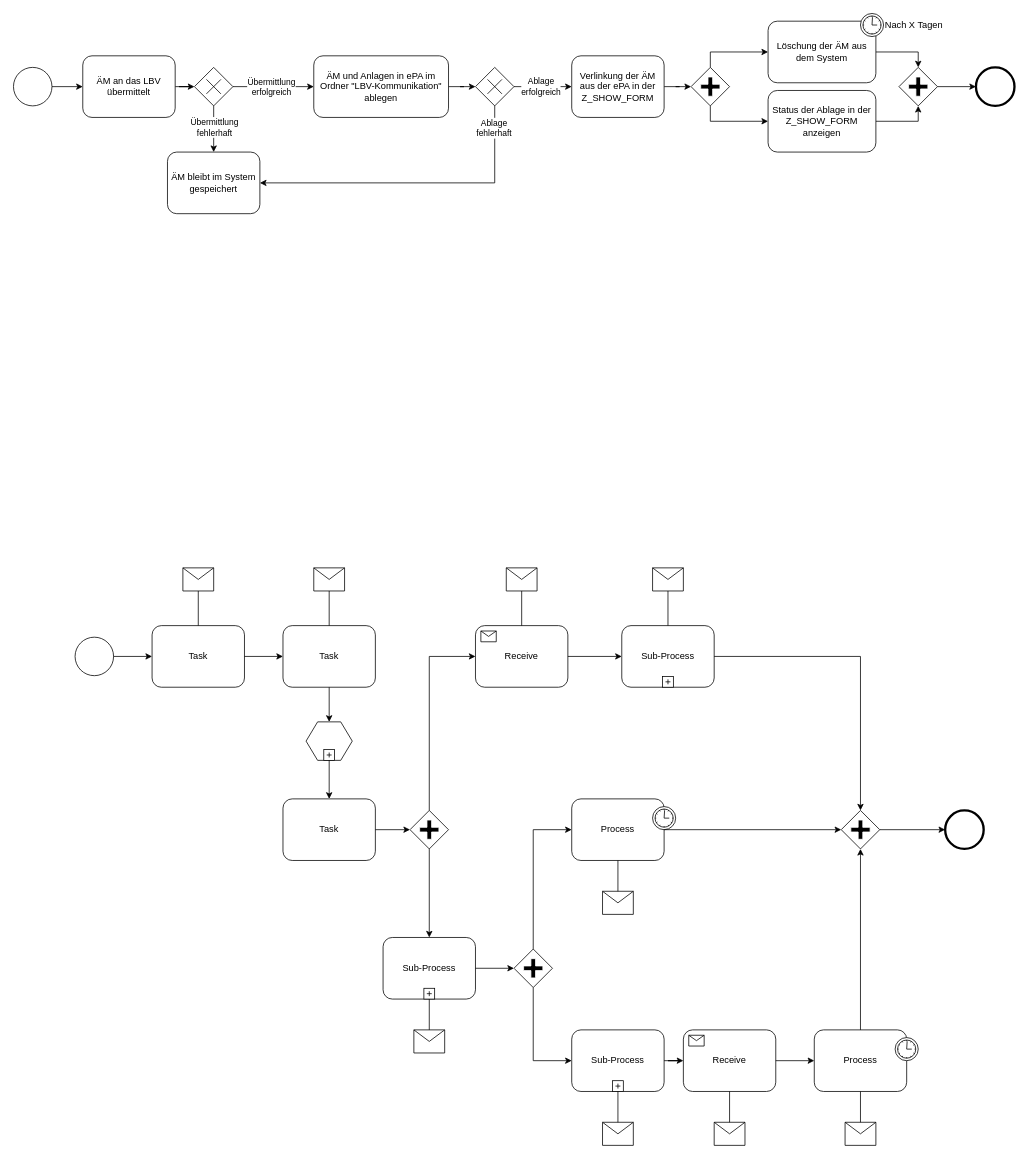
Above: ePA.drawio in Fa8io/Sequenzdiagramm (draw.io), before the change. Source tidied: cells renumbered, new cells numbered last; positions are measured from the earlier drawing's top-left corner, leaving out a move shared by most shapes. Both pictures are drawn from the tidied source at 77%, with x=0, y=0 at pixel (13, 13).
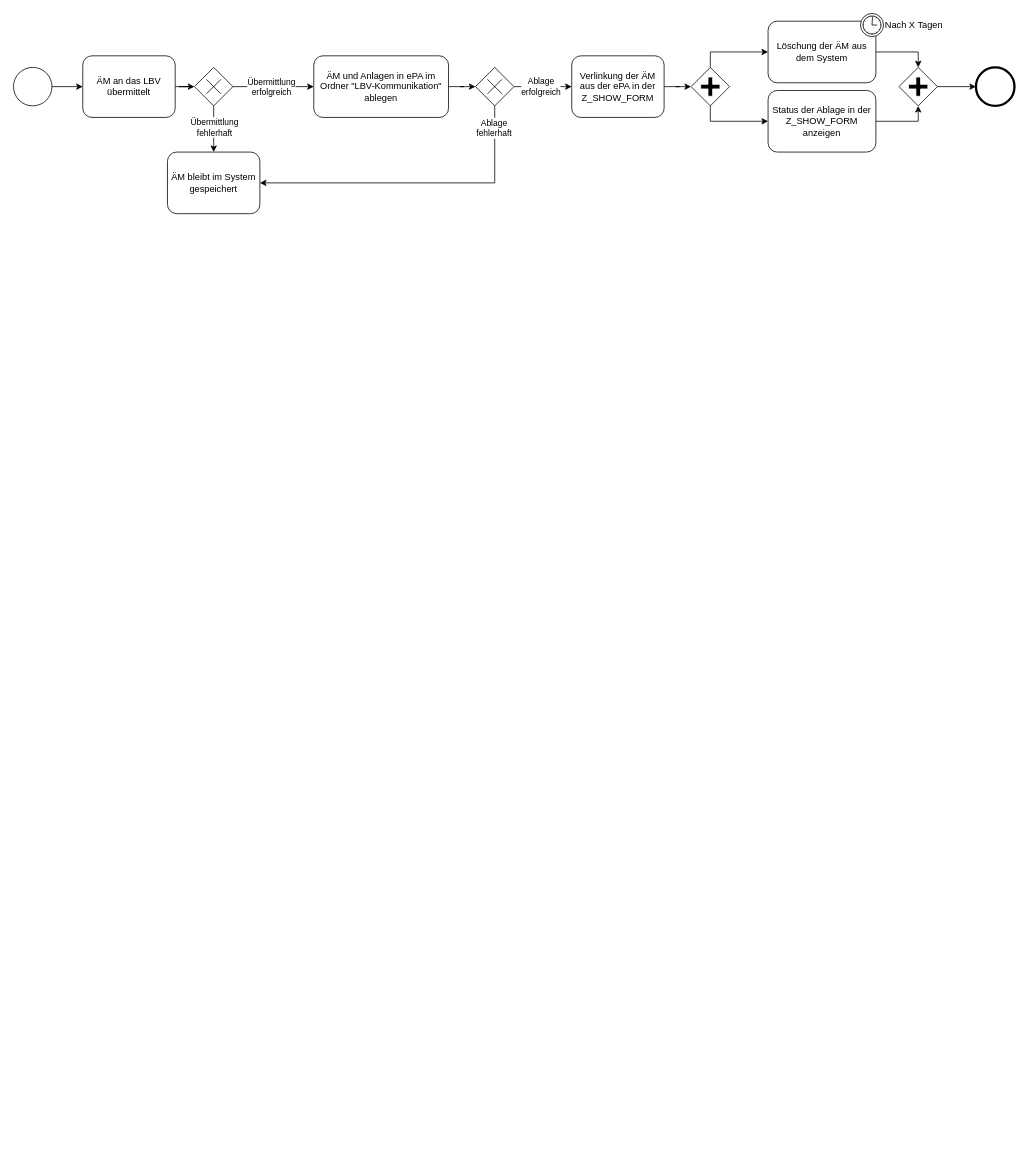
The same diagram, later.

The edit, as a diff of the source:
```diff
@@
-    <mxCell id="2" style="shape=mxgraph.bpmn.shape;html=1;verticalLabelPosition=bottom;labelBackgroundColor=#ffffff;verticalAlign=top;perimeter=ellipsePerimeter;outline=standard;symbol=general;" parent="1" vertex="1">
-      <mxGeometry x="80" y="810" width="50" height="50" as="geometry" />
-    </mxCell>
-    <mxCell id="3" value="Task" style="shape=ext;rounded=1;html=1;whiteSpace=wrap;" parent="1" vertex="1">
-      <mxGeometry x="180" y="795" width="120" height="80" as="geometry" />
-    </mxCell>
-    <mxCell id="4" value="Task" style="shape=ext;rounded=1;html=1;whiteSpace=wrap;" parent="1" vertex="1">
-      <mxGeometry x="350" y="795" width="120" height="80" as="geometry" />
-    </mxCell>
-    <mxCell id="5" style="shape=message;whiteSpace=wrap;html=1;" parent="1" vertex="1">
-      <mxGeometry x="220" y="720" width="40" height="30" as="geometry" />
-    </mxCell>
-    <mxCell id="6" style="shape=message;whiteSpace=wrap;html=1;" parent="1" vertex="1">
-      <mxGeometry x="390" y="720" width="40" height="30" as="geometry" />
-    </mxCell>
-    <mxCell id="7" style="shape=hexagon;whiteSpace=wrap;html=1;perimeter=hexagonPerimeter;" parent="1" vertex="1">
-      <mxGeometry x="380" y="920" width="60" height="50" as="geometry" />
-    </mxCell>
-    <mxCell id="8" style="html=1;shape=plus;" parent="7" vertex="1">
-      <mxGeometry x="0.5" y="1" width="14" height="14" relative="1" as="geometry">
-        <mxPoint x="-7" y="-14" as="offset" />
-      </mxGeometry>
-    </mxCell>
-    <mxCell id="9" value="Task" style="shape=ext;rounded=1;html=1;whiteSpace=wrap;" parent="1" vertex="1">
-      <mxGeometry x="350" y="1020" width="120" height="80" as="geometry" />
-    </mxCell>
-    <mxCell id="10" style="shape=mxgraph.bpmn.shape;html=1;verticalLabelPosition=bottom;labelBackgroundColor=#ffffff;verticalAlign=top;perimeter=rhombusPerimeter;background=gateway;outline=none;symbol=parallelGw;" parent="1" vertex="1">
-      <mxGeometry x="515" y="1035" width="50" height="50" as="geometry" />
-    </mxCell>
-    <mxCell id="11" value="Sub-Process" style="html=1;whiteSpace=wrap;rounded=1;" parent="1" vertex="1">
-      <mxGeometry x="790" y="795" width="120" height="80" as="geometry" />
-    </mxCell>
-    <mxCell id="12" style="html=1;shape=plus;" parent="11" vertex="1">
-      <mxGeometry x="0.5" y="1" width="14" height="14" relative="1" as="geometry">
-        <mxPoint x="-7" y="-14" as="offset" />
-      </mxGeometry>
-    </mxCell>
-    <mxCell id="13" value="Receive" style="html=1;whiteSpace=wrap;rounded=1;" parent="1" vertex="1">
-      <mxGeometry x="600" y="795" width="120" height="80" as="geometry" />
-    </mxCell>
-    <mxCell id="14" style="html=1;shape=message;" parent="13" vertex="1">
-      <mxGeometry width="20" height="14" relative="1" as="geometry">
-        <mxPoint x="7" y="7" as="offset" />
-      </mxGeometry>
-    </mxCell>
-    <mxCell id="15" value="Process" style="html=1;whiteSpace=wrap;rounded=1;" parent="1" vertex="1">
-      <mxGeometry x="725" y="1020" width="120" height="80" as="geometry" />
-    </mxCell>
-    <mxCell id="16" style="shape=mxgraph.bpmn.timer_start;perimeter=ellipsePerimeter;html=1;labelPosition=right;labelBackgroundColor=#ffffff;align=left;" parent="15" vertex="1">
-      <mxGeometry x="1" width="30" height="30" relative="1" as="geometry">
-        <mxPoint x="-15" y="10" as="offset" />
-      </mxGeometry>
-    </mxCell>
-    <mxCell id="17" value="Process" style="html=1;whiteSpace=wrap;rounded=1;" parent="1" vertex="1">
-      <mxGeometry x="1040" y="1320" width="120" height="80" as="geometry" />
-    </mxCell>
-    <mxCell id="18" style="shape=mxgraph.bpmn.timer_start;perimeter=ellipsePerimeter;html=1;labelPosition=right;labelBackgroundColor=#ffffff;align=left;" parent="17" vertex="1">
-      <mxGeometry x="1" width="30" height="30" relative="1" as="geometry">
-        <mxPoint x="-15" y="10" as="offset" />
-      </mxGeometry>
-    </mxCell>
-    <mxCell id="19" value="Receive" style="html=1;whiteSpace=wrap;rounded=1;" parent="1" vertex="1">
-      <mxGeometry x="870" y="1320" width="120" height="80" as="geometry" />
-    </mxCell>
-    <mxCell id="20" style="html=1;shape=message;" parent="19" vertex="1">
-      <mxGeometry width="20" height="14" relative="1" as="geometry">
-        <mxPoint x="7" y="7" as="offset" />
-      </mxGeometry>
-    </mxCell>
-    <mxCell id="21" value="Sub-Process" style="html=1;whiteSpace=wrap;rounded=1;" parent="1" vertex="1">
-      <mxGeometry x="725" y="1320" width="120" height="80" as="geometry" />
-    </mxCell>
-    <mxCell id="22" style="html=1;shape=plus;" parent="21" vertex="1">
-      <mxGeometry x="0.5" y="1" width="14" height="14" relative="1" as="geometry">
-        <mxPoint x="-7" y="-14" as="offset" />
-      </mxGeometry>
-    </mxCell>
-    <mxCell id="23" style="shape=mxgraph.bpmn.shape;html=1;verticalLabelPosition=bottom;labelBackgroundColor=#ffffff;verticalAlign=top;perimeter=rhombusPerimeter;background=gateway;outline=none;symbol=parallelGw;" parent="1" vertex="1">
-      <mxGeometry x="1075" y="1035" width="50" height="50" as="geometry" />
-    </mxCell>
-    <mxCell id="24" style="shape=mxgraph.bpmn.shape;html=1;verticalLabelPosition=bottom;labelBackgroundColor=#ffffff;verticalAlign=top;perimeter=ellipsePerimeter;outline=end;symbol=general;" parent="1" vertex="1">
-      <mxGeometry x="1210" y="1035" width="50" height="50" as="geometry" />
-    </mxCell>
-    <mxCell id="25" style="shape=message;whiteSpace=wrap;html=1;" parent="1" vertex="1">
-      <mxGeometry x="640" y="720" width="40" height="30" as="geometry" />
-    </mxCell>
-    <mxCell id="26" style="shape=message;whiteSpace=wrap;html=1;" parent="1" vertex="1">
-      <mxGeometry x="830" y="720" width="40" height="30" as="geometry" />
-    </mxCell>
-    <mxCell id="27" value="Sub-Process" style="html=1;whiteSpace=wrap;rounded=1;" parent="1" vertex="1">
-      <mxGeometry x="480" y="1200" width="120" height="80" as="geometry" />
-    </mxCell>
-    <mxCell id="28" style="html=1;shape=plus;" parent="27" vertex="1">
-      <mxGeometry x="0.5" y="1" width="14" height="14" relative="1" as="geometry">
-        <mxPoint x="-7" y="-14" as="offset" />
-      </mxGeometry>
-    </mxCell>
-    <mxCell id="29" style="shape=message;whiteSpace=wrap;html=1;" parent="1" vertex="1">
-      <mxGeometry x="520" y="1320" width="40" height="30" as="geometry" />
-    </mxCell>
-    <mxCell id="30" style="shape=message;whiteSpace=wrap;html=1;" parent="1" vertex="1">
-      <mxGeometry x="910" y="1440" width="40" height="30" as="geometry" />
-    </mxCell>
-    <mxCell id="31" style="shape=message;whiteSpace=wrap;html=1;" parent="1" vertex="1">
-      <mxGeometry x="1080" y="1440" width="40" height="30" as="geometry" />
-    </mxCell>
-    <mxCell id="32" style="shape=message;whiteSpace=wrap;html=1;" parent="1" vertex="1">
-      <mxGeometry x="765" y="1440" width="40" height="30" as="geometry" />
-    </mxCell>
-    <mxCell id="33" style="shape=message;whiteSpace=wrap;html=1;" parent="1" vertex="1">
-      <mxGeometry x="765" y="1140" width="40" height="30" as="geometry" />
-    </mxCell>
-    <mxCell id="34" style="edgeStyle=orthogonalEdgeStyle;rounded=0;html=1;jettySize=auto;" parent="1" edge="1" source="2" target="3">
-      <mxGeometry relative="1" as="geometry" />
-    </mxCell>
-    <mxCell id="35" style="edgeStyle=orthogonalEdgeStyle;rounded=0;html=1;jettySize=auto;endArrow=none;endFill=0;" parent="1" edge="1" source="5" target="3">
-      <mxGeometry relative="1" as="geometry" />
-    </mxCell>
-    <mxCell id="36" style="edgeStyle=orthogonalEdgeStyle;rounded=0;html=1;jettySize=auto;endArrow=none;endFill=0;" parent="1" edge="1" source="6" target="4">
-      <mxGeometry relative="1" as="geometry" />
-    </mxCell>
-    <mxCell id="37" style="edgeStyle=orthogonalEdgeStyle;rounded=0;html=1;jettySize=auto;" parent="1" edge="1" source="3" target="4">
-      <mxGeometry relative="1" as="geometry" />
-    </mxCell>
-    <mxCell id="38" style="edgeStyle=orthogonalEdgeStyle;rounded=0;html=1;jettySize=auto;" parent="1" edge="1" source="13" target="11">
-      <mxGeometry relative="1" as="geometry" />
-    </mxCell>
-    <mxCell id="39" style="edgeStyle=orthogonalEdgeStyle;rounded=0;html=1;jettySize=auto;endArrow=none;endFill=0;" parent="1" edge="1" source="25" target="13">
-      <mxGeometry relative="1" as="geometry" />
-    </mxCell>
-    <mxCell id="40" style="edgeStyle=orthogonalEdgeStyle;rounded=0;html=1;jettySize=auto;endArrow=none;endFill=0;" parent="1" edge="1" source="26" target="11">
-      <mxGeometry relative="1" as="geometry" />
-    </mxCell>
-    <mxCell id="41" style="edgeStyle=orthogonalEdgeStyle;rounded=0;html=1;jettySize=auto;" parent="1" edge="1" source="11" target="23">
-      <mxGeometry relative="1" as="geometry">
-        <Array as="points">
-          <mxPoint x="1100" y="835" />
-        </Array>
-      </mxGeometry>
-    </mxCell>
-    <mxCell id="42" style="edgeStyle=orthogonalEdgeStyle;rounded=0;html=1;jettySize=auto;" parent="1" edge="1" source="15" target="23">
-      <mxGeometry relative="1" as="geometry" />
-    </mxCell>
-    <mxCell id="43" style="edgeStyle=orthogonalEdgeStyle;rounded=0;html=1;jettySize=auto;" parent="1" edge="1" source="17" target="23">
-      <mxGeometry relative="1" as="geometry" />
-    </mxCell>
-    <mxCell id="44" style="edgeStyle=orthogonalEdgeStyle;rounded=0;html=1;jettySize=auto;" parent="1" edge="1" source="23" target="24">
-      <mxGeometry relative="1" as="geometry" />
-    </mxCell>
-    <mxCell id="45" style="edgeStyle=orthogonalEdgeStyle;rounded=0;html=1;jettySize=auto;" parent="1" edge="1" source="4" target="7">
-      <mxGeometry relative="1" as="geometry" />
-    </mxCell>
-    <mxCell id="46" style="edgeStyle=orthogonalEdgeStyle;rounded=0;html=1;jettySize=auto;" parent="1" edge="1" source="7" target="9">
-      <mxGeometry relative="1" as="geometry" />
-    </mxCell>
-    <mxCell id="47" style="edgeStyle=orthogonalEdgeStyle;rounded=0;html=1;jettySize=auto;" parent="1" edge="1" source="9" target="10">
-      <mxGeometry relative="1" as="geometry" />
-    </mxCell>
-    <mxCell id="48" style="edgeStyle=orthogonalEdgeStyle;rounded=0;html=1;jettySize=auto;" parent="1" edge="1" source="10" target="13">
-      <mxGeometry relative="1" as="geometry">
-        <Array as="points">
-          <mxPoint x="540" y="835" />
-        </Array>
-      </mxGeometry>
-    </mxCell>
-    <mxCell id="49" style="edgeStyle=orthogonalEdgeStyle;rounded=0;html=1;jettySize=auto;" parent="1" edge="1" source="10" target="27">
-      <mxGeometry relative="1" as="geometry" />
-    </mxCell>
-    <mxCell id="50" style="edgeStyle=orthogonalEdgeStyle;rounded=0;html=1;jettySize=auto;endArrow=none;endFill=0;" parent="1" edge="1" source="29" target="27">
-      <mxGeometry relative="1" as="geometry" />
-    </mxCell>
-    <mxCell id="51" style="shape=mxgraph.bpmn.shape;html=1;verticalLabelPosition=bottom;labelBackgroundColor=#ffffff;verticalAlign=top;perimeter=rhombusPerimeter;background=gateway;outline=none;symbol=parallelGw;" parent="1" vertex="1">
-      <mxGeometry x="650" y="1215" width="50" height="50" as="geometry" />
-    </mxCell>
-    <mxCell id="52" style="edgeStyle=orthogonalEdgeStyle;rounded=0;html=1;jettySize=auto;" parent="1" edge="1" source="51" target="21">
-      <mxGeometry relative="1" as="geometry">
-        <Array as="points">
-          <mxPoint x="675" y="1360" />
-        </Array>
-      </mxGeometry>
-    </mxCell>
-    <mxCell id="53" style="edgeStyle=orthogonalEdgeStyle;rounded=0;html=1;jettySize=auto;" parent="1" edge="1" source="51" target="15">
-      <mxGeometry relative="1" as="geometry">
-        <Array as="points">
-          <mxPoint x="675" y="1060" />
-        </Array>
-      </mxGeometry>
-    </mxCell>
-    <mxCell id="54" style="edgeStyle=orthogonalEdgeStyle;rounded=0;html=1;jettySize=auto;endArrow=none;endFill=0;" parent="1" edge="1" source="33" target="15">
-      <mxGeometry relative="1" as="geometry" />
-    </mxCell>
-    <mxCell id="55" style="edgeStyle=orthogonalEdgeStyle;rounded=0;html=1;jettySize=auto;" parent="1" edge="1" source="27" target="51">
-      <mxGeometry relative="1" as="geometry" />
-    </mxCell>
-    <mxCell id="56" style="edgeStyle=orthogonalEdgeStyle;rounded=0;html=1;jettySize=auto;" parent="1" edge="1" source="21" target="19">
-      <mxGeometry relative="1" as="geometry" />
-    </mxCell>
-    <mxCell id="57" style="edgeStyle=orthogonalEdgeStyle;rounded=0;html=1;jettySize=auto;endArrow=none;endFill=0;" parent="1" edge="1" source="32" target="21">
-      <mxGeometry relative="1" as="geometry" />
-    </mxCell>
-    <mxCell id="58" style="edgeStyle=orthogonalEdgeStyle;rounded=0;html=1;jettySize=auto;endArrow=none;endFill=0;" parent="1" edge="1" source="30" target="19">
-      <mxGeometry relative="1" as="geometry" />
-    </mxCell>
-    <mxCell id="59" style="edgeStyle=orthogonalEdgeStyle;rounded=0;html=1;jettySize=auto;endArrow=none;endFill=0;" parent="1" edge="1" source="31" target="17">
-      <mxGeometry relative="1" as="geometry" />
-    </mxCell>
-    <mxCell id="60" style="edgeStyle=orthogonalEdgeStyle;rounded=0;html=1;jettySize=auto;" parent="1" edge="1" source="19" target="17">
-      <mxGeometry relative="1" as="geometry" />
-    </mxCell>
```
